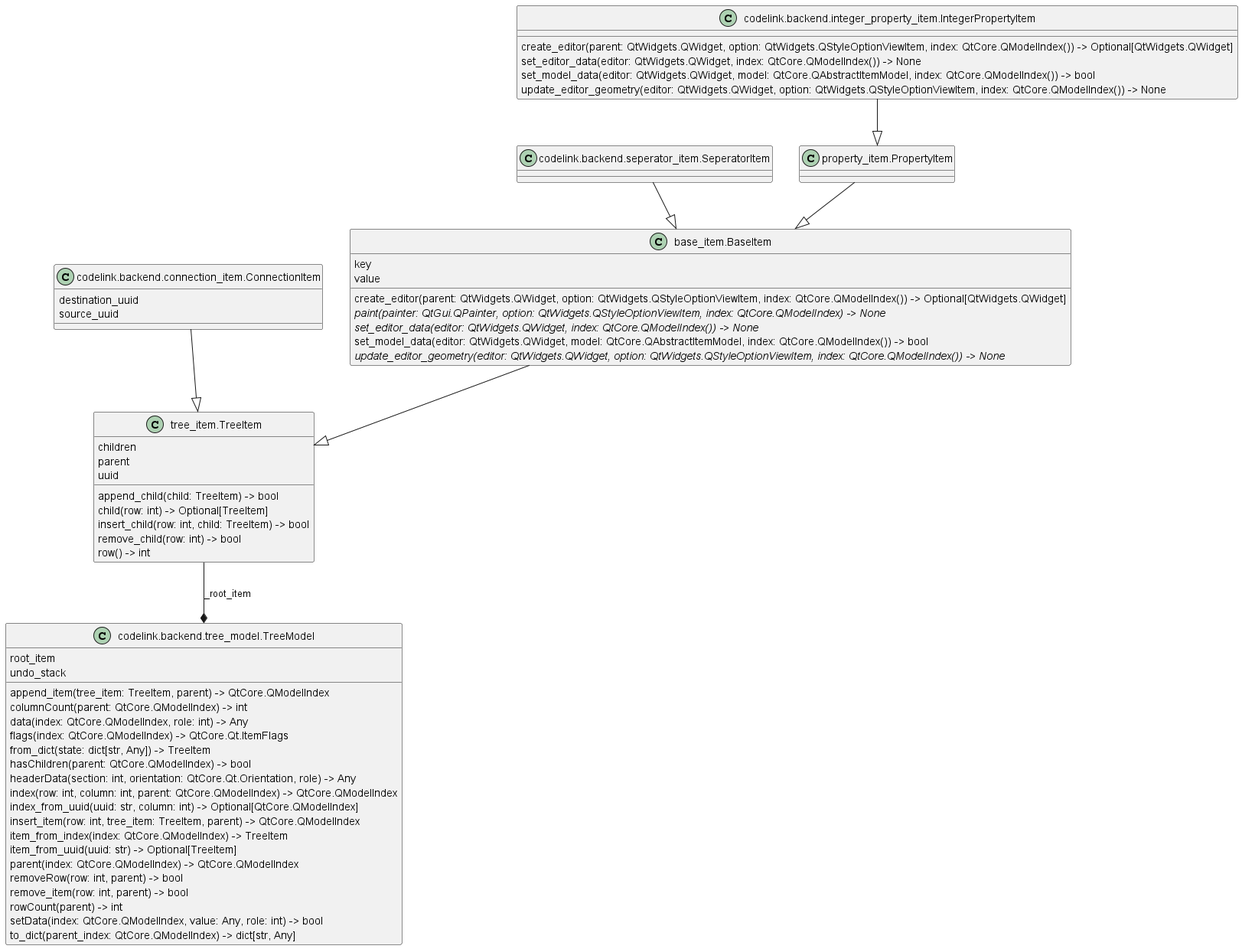
The PlantUML diagram img/backend_classes.png in j8sr0230/codelink, before a commit.
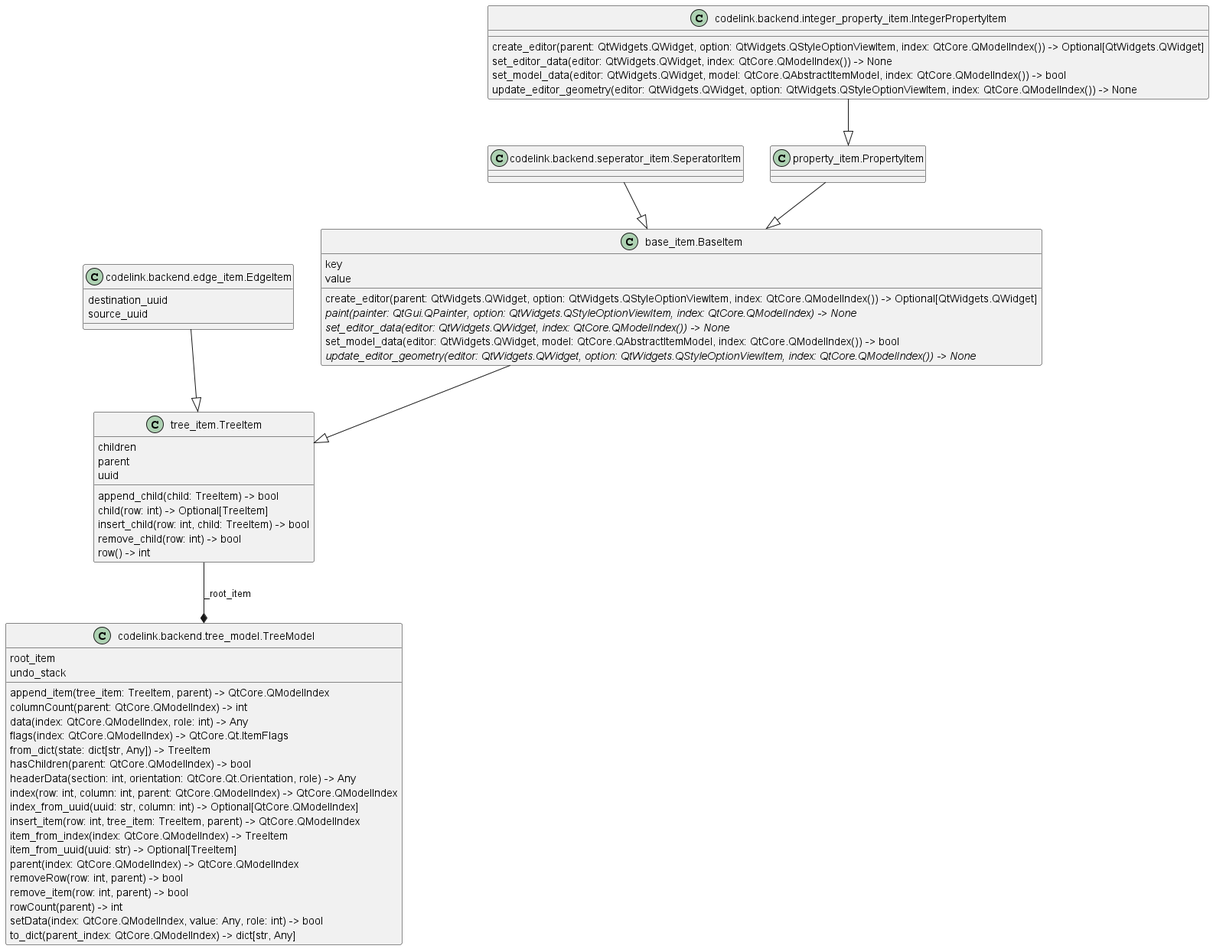
The same diagram one commit later.

Commit message:
Refactors backend

Diff of the diagram source:
```diff
@@ -9,7 +9,7 @@
   set_model_data(editor: QtWidgets.QWidget, model: QtCore.QAbstractItemModel, index: QtCore.QModelIndex()) -> bool
   {abstract}update_editor_geometry(editor: QtWidgets.QWidget, option: QtWidgets.QStyleOptionViewItem, index: QtCore.QModelIndex()) -> None
 }
-class "codelink.backend.connection_item.ConnectionItem" as codelink.backend.connection_item.ConnectionItem {
+class "codelink.backend.edge_item.EdgeItem" as codelink.backend.edge_item.EdgeItem {
   destination_uuid
   source_uuid
 }
@@ -56,7 +56,7 @@
   row() -> int
 }
 base_item.BaseItem --|> tree_item.TreeItem
-codelink.backend.connection_item.ConnectionItem --|> tree_item.TreeItem
+codelink.backend.edge_item.EdgeItem --|> tree_item.TreeItem
 codelink.backend.integer_property_item.IntegerPropertyItem --|> property_item.PropertyItem
 codelink.backend.seperator_item.SeperatorItem --|> base_item.BaseItem
 property_item.PropertyItem --|> base_item.BaseItem
```
